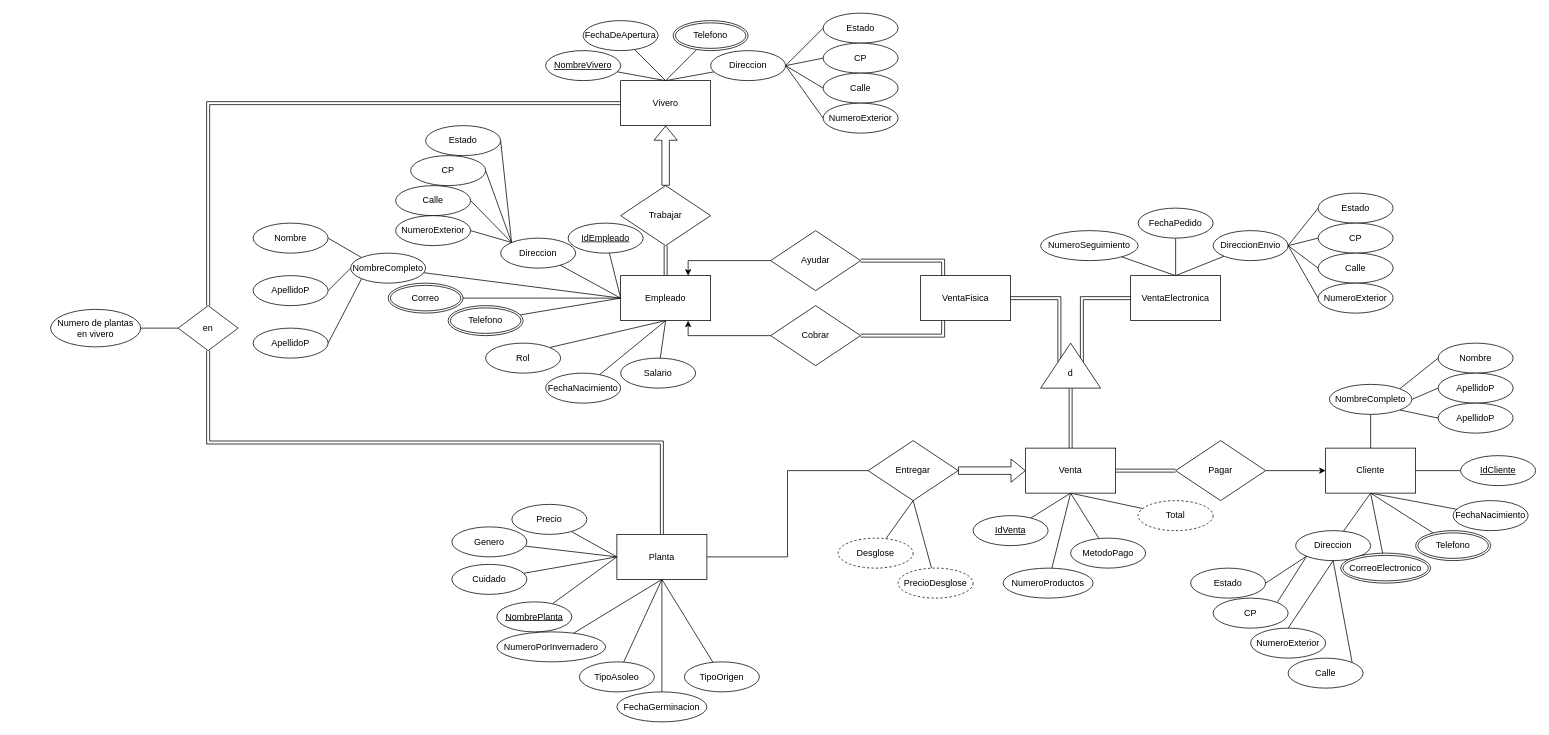
frgaray/FBD-2023-1 keeps this draw.io diagram as Practica04/Diagramas/ER02_Sambucos.drawio. Above is the earlier version. Source tidied: cells renumbered, new cells numbered last; positions are measured from the earlier drawing's top-left corner, leaving out a move shared by most shapes. Both pictures are drawn from the tidied source at 75%, with x=0, y=0 at pixel (50, 13).
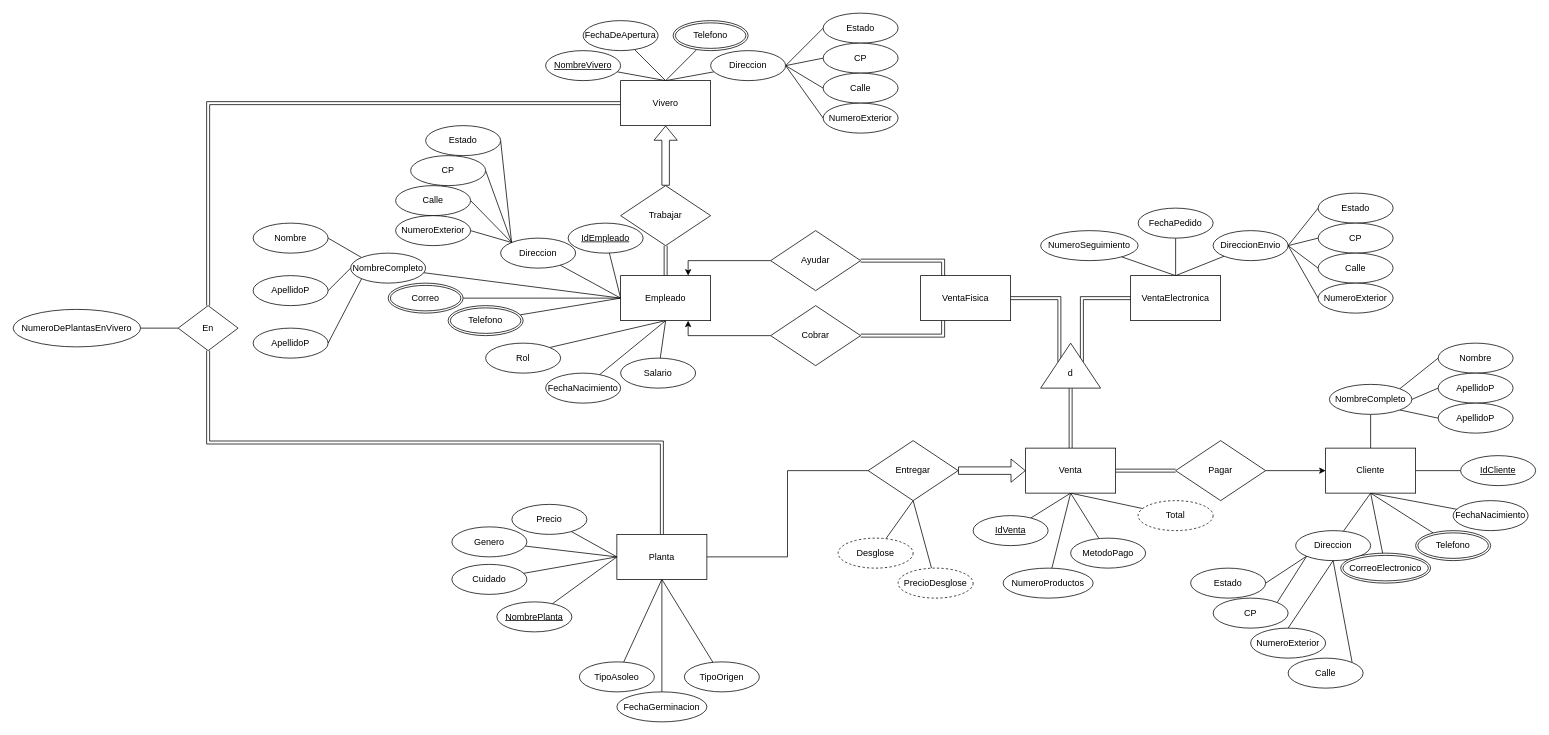
The same diagram, later.

Commit message (it also covers changes not shown here):
Finish Practica04

The change refers to these unchanged cells:
```xml
<mxCell id="50" value="Planta" style="rounded=0;whiteSpace=wrap;html=1;" parent="1" vertex="1">
  <mxGeometry x="755" y="695" width="120" height="60" as="geometry" />
</mxCell>
```

Diff of the diagram source:
```diff
@@
-    <mxCell id="45" style="edgeStyle=none;rounded=0;jettySize=auto;html=1;exitX=0.5;exitY=1;exitDx=0;exitDy=0;endArrow=none;endFill=0;" parent="1" edge="1" source="50" target="87">
-      <mxGeometry relative="1" as="geometry" />
-    </mxCell>
@@
-    <mxCell id="87" value="NumeroPorInvernadero" style="ellipse;whiteSpace=wrap;html=1;align=center;" parent="1" vertex="1">
-      <mxGeometry x="595" y="825" width="145" height="40" as="geometry" />
-    </mxCell>
@@
-    <mxCell id="147" value="en" style="rhombus;whiteSpace=wrap;html=1;" parent="1" vertex="1">
+    <mxCell id="147" value="En" style="rhombus;whiteSpace=wrap;html=1;" parent="1" vertex="1">
       <mxGeometry x="170" y="390" width="80" height="60" as="geometry" />
     </mxCell>
-    <mxCell id="148" value="Numero de plantas en vivero" style="ellipse;whiteSpace=wrap;html=1;" parent="1" vertex="1">
-      <mxGeometry y="395" width="120" height="50" as="geometry" />
+    <mxCell id="148" value="NumeroDePlantasEnVivero" style="ellipse;whiteSpace=wrap;html=1;" parent="1" vertex="1">
+      <mxGeometry x="-50" y="395" width="170" height="50" as="geometry" />
     </mxCell>
```
